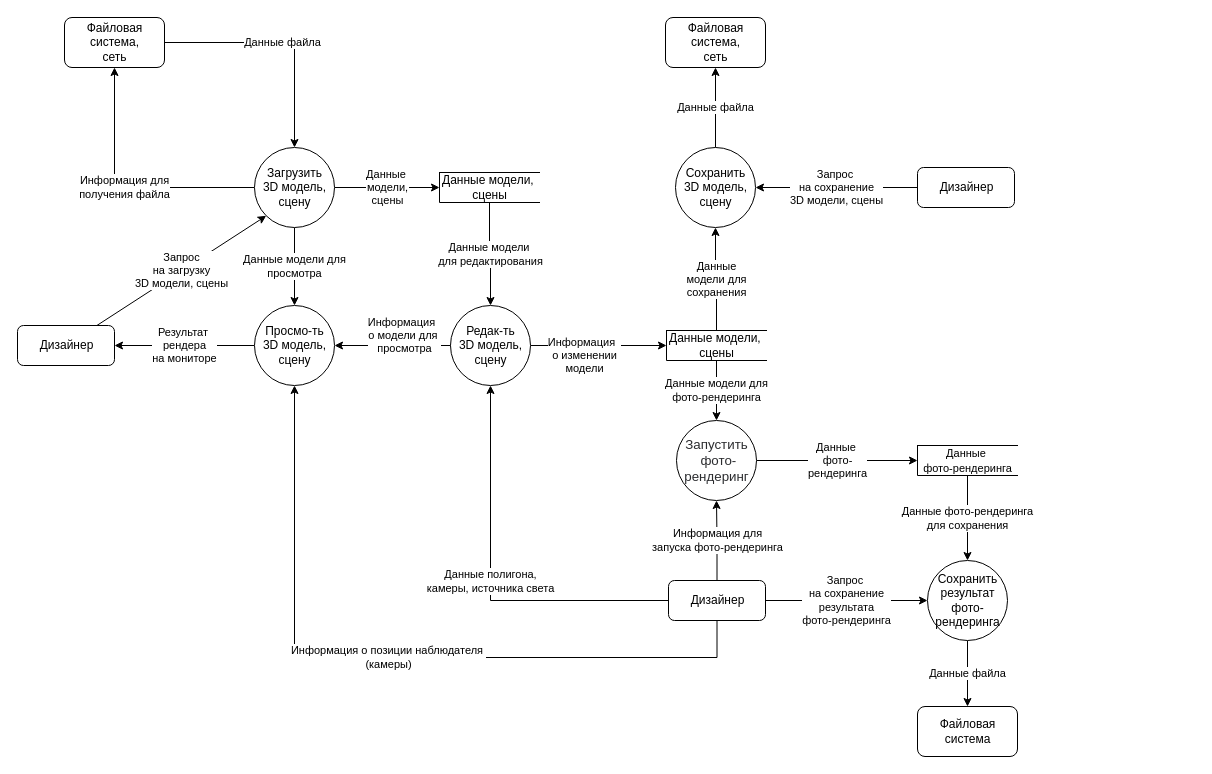
SheinEA/gb_architect keeps this draw.io diagram as page "Основная_V2" (2 of 4) of module_2/DFD.drawio. Above is the earlier version. Source tidied: cells renumbered, new cells numbered last; positions are measured from the earlier drawing's top-left corner, leaving out a move shared by most shapes. Both pictures are drawn from the tidied source at 100%, with x=0, y=0 at pixel (17, 17).
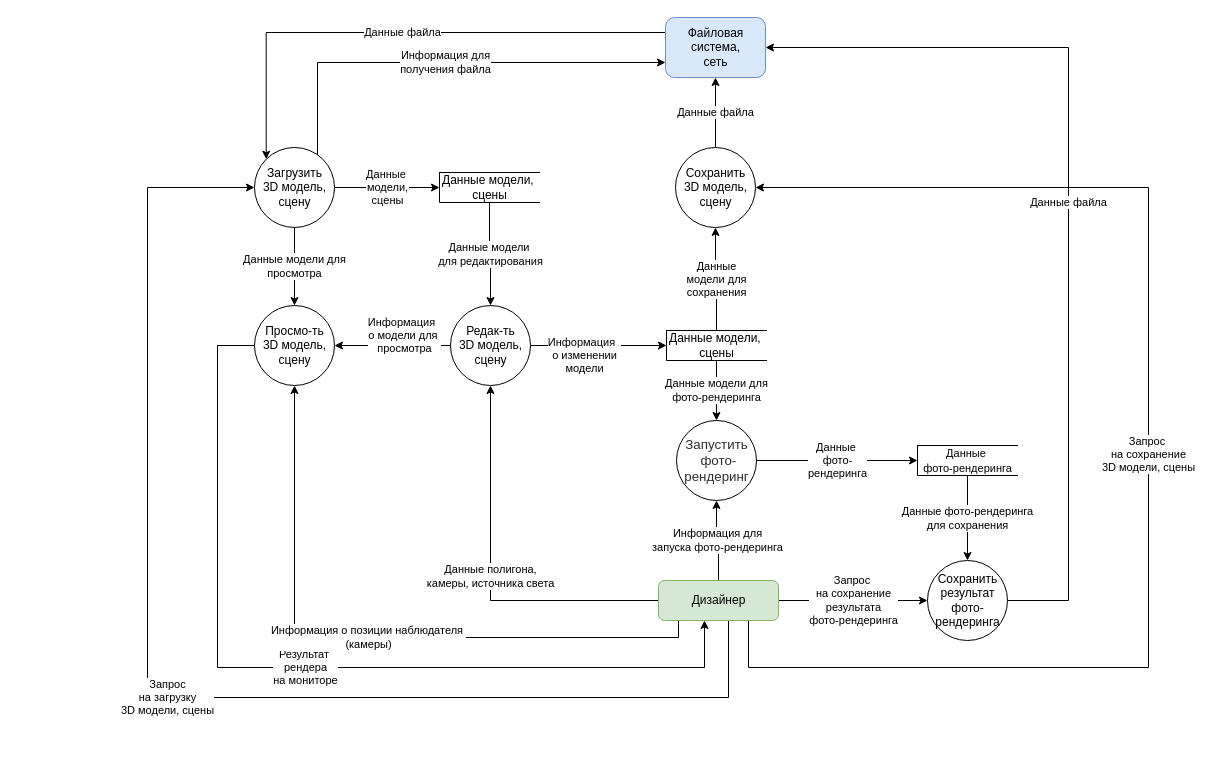
The same diagram, later.

Unchanged cells that the change refers to:
```xml
<mxCell id="5" value="&lt;span&gt;Загрузить &lt;br&gt;3D модель, &lt;br&gt;сцену&lt;/span&gt;" style="shape=ellipse;html=1;dashed=0;whitespace=wrap;perimeter=ellipsePerimeter;" parent="1" vertex="1">
  <mxGeometry x="237" y="130" width="80" height="80" as="geometry" />
</mxCell>
<mxCell id="17" value="&lt;span style=&quot;font-family: &amp;#34;helvetica&amp;#34;&quot;&gt;Сохранить &lt;br&gt;3D модель, &lt;br&gt;сцену&lt;/span&gt;" style="shape=ellipse;html=1;dashed=0;whitespace=wrap;perimeter=ellipsePerimeter;" parent="1" vertex="1">
  <mxGeometry x="658" y="130" width="80" height="80" as="geometry" />
</mxCell>
<mxCell id="26" value="&lt;span style=&quot;font-family: &amp;#34;helvetica&amp;#34;&quot;&gt;Сохранить &lt;br&gt;результат&lt;br&gt;фото-&lt;br&gt;рендеринга&lt;br&gt;&lt;/span&gt;" style="shape=ellipse;html=1;dashed=0;whitespace=wrap;perimeter=ellipsePerimeter;" parent="1" vertex="1">
  <mxGeometry x="910" y="543" width="80" height="80" as="geometry" />
</mxCell>
<mxCell id="28" value="&lt;span&gt;Просмо-ть &lt;br&gt;3D модель, &lt;br&gt;сцену&lt;/span&gt;" style="shape=ellipse;html=1;dashed=0;whitespace=wrap;perimeter=ellipsePerimeter;" parent="1" vertex="1">
  <mxGeometry x="237" y="288" width="80" height="80" as="geometry" />
</mxCell>
```

Change to the diagram source:
```diff
@@
-    <mxCell id="2" value="Информация для&lt;br&gt;получения файла" style="edgeStyle=orthogonalEdgeStyle;rounded=0;jettySize=auto;html=1;" parent="1" edge="1" source="5" target="10">
-      <mxGeometry relative="1" as="geometry" />
+    <mxCell id="2" value="Информация для&lt;br&gt;получения файла" style="edgeStyle=orthogonalEdgeStyle;rounded=0;jettySize=auto;html=1;entryX=0;entryY=0.75;entryDx=0;entryDy=0;" parent="1" edge="1" source="5" target="11">
+      <mxGeometry relative="1" as="geometry">
+        <Array as="points">
+          <mxPoint x="300" y="45" />
+        </Array>
+      </mxGeometry>
     </mxCell>
@@
-    <mxCell id="9" value="Данные файла" style="edgeStyle=orthogonalEdgeStyle;rounded=0;jettySize=auto;html=1;" parent="1" edge="1" source="10" target="5">
+    <mxCell id="9" value="Данные файла" style="edgeStyle=orthogonalEdgeStyle;rounded=0;jettySize=auto;html=1;exitX=0;exitY=0.25;exitDx=0;exitDy=0;entryX=0;entryY=0;entryDx=0;entryDy=0;" parent="1" edge="1" source="11" target="5">
       <mxGeometry relative="1" as="geometry" />
     </mxCell>
-    <mxCell id="10" value="Файловая &lt;br&gt;система,&lt;br&gt;сеть" style="html=1;dashed=0;whitespace=wrap;rounded=1;" parent="1" vertex="1">
-      <mxGeometry x="47" width="100" height="50" as="geometry" />
-    </mxCell>
-    <mxCell id="11" value="Файловая&lt;br&gt;система,&lt;br&gt;сеть" style="html=1;dashed=0;whitespace=wrap;rounded=1;" parent="1" vertex="1">
-      <mxGeometry x="648" width="100" height="50" as="geometry" />
+    <mxCell id="11" value="Файловая&lt;br&gt;система,&lt;br&gt;сеть" style="html=1;dashed=0;whitespace=wrap;rounded=1;fillColor=#dae8fc;strokeColor=#6c8ebf;" parent="1" vertex="1">
+      <mxGeometry x="648" width="100" height="60" as="geometry" />
     </mxCell>
-    <mxCell id="12" value="Запрос &lt;br&gt;на загрузку &lt;br&gt;3D модели, сцены" style="rounded=0;jettySize=auto;html=1;entryX=0;entryY=1;entryDx=0;entryDy=0;" parent="1" edge="1" source="13" target="5">
-      <mxGeometry relative="1" as="geometry" />
+    <mxCell id="12" value="Запрос &lt;br&gt;на загрузку &lt;br&gt;3D модели, сцены" style="rounded=0;jettySize=auto;html=1;edgeStyle=orthogonalEdgeStyle;entryX=0;entryY=0.5;entryDx=0;entryDy=0;" parent="1" edge="1" source="36" target="5">
+      <mxGeometry relative="1" as="geometry">
+        <Array as="points">
+          <mxPoint x="711" y="680" />
+          <mxPoint x="130" y="680" />
+          <mxPoint x="130" y="170" />
+        </Array>
+      </mxGeometry>
     </mxCell>
-    <mxCell id="13" value="Дизайнер" style="html=1;dashed=0;whitespace=wrap;rounded=1;" parent="1" vertex="1">
-      <mxGeometry y="308" width="97" height="40" as="geometry" />
-    </mxCell>
@@
-    <mxCell id="24" value="Файловая&lt;br&gt;система" style="html=1;dashed=0;whitespace=wrap;rounded=1;" parent="1" vertex="1">
-      <mxGeometry x="900" y="689" width="100" height="50" as="geometry" />
-    </mxCell>
-    <mxCell id="25" value="Данные файла" style="edgeStyle=orthogonalEdgeStyle;rounded=0;jettySize=auto;html=1;" parent="1" edge="1" source="26" target="24">
-      <mxGeometry relative="1" as="geometry" />
+    <mxCell id="25" value="Данные файла" style="edgeStyle=orthogonalEdgeStyle;rounded=0;jettySize=auto;html=1;entryX=1;entryY=0.5;entryDx=0;entryDy=0;" parent="1" edge="1" source="26" target="11">
+      <mxGeometry relative="1" as="geometry">
+        <Array as="points">
+          <mxPoint x="1051" y="583" />
+          <mxPoint x="1051" y="30" />
+        </Array>
+      </mxGeometry>
     </mxCell>
@@
-    <mxCell id="27" value="Результат&amp;nbsp;&lt;br&gt;рендера&lt;br&gt;на мониторе" style="edgeStyle=none;rounded=0;jettySize=auto;html=1;" parent="1" edge="1" source="28" target="13">
-      <mxGeometry relative="1" as="geometry" />
+    <mxCell id="27" value="Результат&amp;nbsp;&lt;br&gt;рендера&lt;br&gt;на мониторе" style="edgeStyle=orthogonalEdgeStyle;rounded=0;jettySize=auto;html=1;" parent="1" edge="1" source="28" target="36">
+      <mxGeometry relative="1" as="geometry">
+        <Array as="points">
+          <mxPoint x="200" y="328" />
+          <mxPoint x="200" y="650" />
+          <mxPoint x="687" y="650" />
+        </Array>
+      </mxGeometry>
     </mxCell>
@@
-    <mxCell id="30" value="Запрос&amp;nbsp;&lt;br&gt;на сохранение&lt;br&gt;3D модели, сцены" style="edgeStyle=none;rounded=0;jettySize=auto;html=1;" parent="1" edge="1" source="31" target="17">
-      <mxGeometry relative="1" as="geometry" />
+    <mxCell id="30" value="Запрос&amp;nbsp;&lt;br&gt;на сохранение&lt;br&gt;3D модели, сцены" style="edgeStyle=orthogonalEdgeStyle;rounded=0;jettySize=auto;html=1;exitX=0.75;exitY=1;exitDx=0;exitDy=0;" parent="1" edge="1" source="36" target="17">
+      <mxGeometry relative="1" as="geometry">
+        <Array as="points">
+          <mxPoint x="731" y="650" />
+          <mxPoint x="1131" y="650" />
+          <mxPoint x="1131" y="170" />
+        </Array>
+      </mxGeometry>
     </mxCell>
-    <mxCell id="31" value="Дизайнер" style="html=1;dashed=0;whitespace=wrap;rounded=1;" parent="1" vertex="1">
-      <mxGeometry x="900" y="150" width="97" height="40" as="geometry" />
-    </mxCell>
@@
     <mxCell id="35" value="Информация о позиции наблюдателя&amp;nbsp;&lt;br&gt;(камеры)" style="edgeStyle=orthogonalEdgeStyle;rounded=0;jettySize=auto;html=1;" parent="1" edge="1" source="36" target="28">
       <mxGeometry relative="1" as="geometry">
         <Array as="points">
-          <mxPoint x="700" y="640" />
-          <mxPoint x="277" y="640" />
+          <mxPoint x="661" y="620" />
+          <mxPoint x="277" y="620" />
         </Array>
       </mxGeometry>
     </mxCell>
-    <mxCell id="36" value="Дизайнер" style="html=1;dashed=0;whitespace=wrap;rounded=1;" parent="1" vertex="1">
-      <mxGeometry x="651" y="563" width="97" height="40" as="geometry" />
+    <mxCell id="36" value="Дизайнер" style="html=1;dashed=0;whitespace=wrap;rounded=1;fillColor=#d5e8d4;strokeColor=#82b366;" parent="1" vertex="1">
+      <mxGeometry x="641" y="563" width="120" height="40" as="geometry" />
     </mxCell>
```
